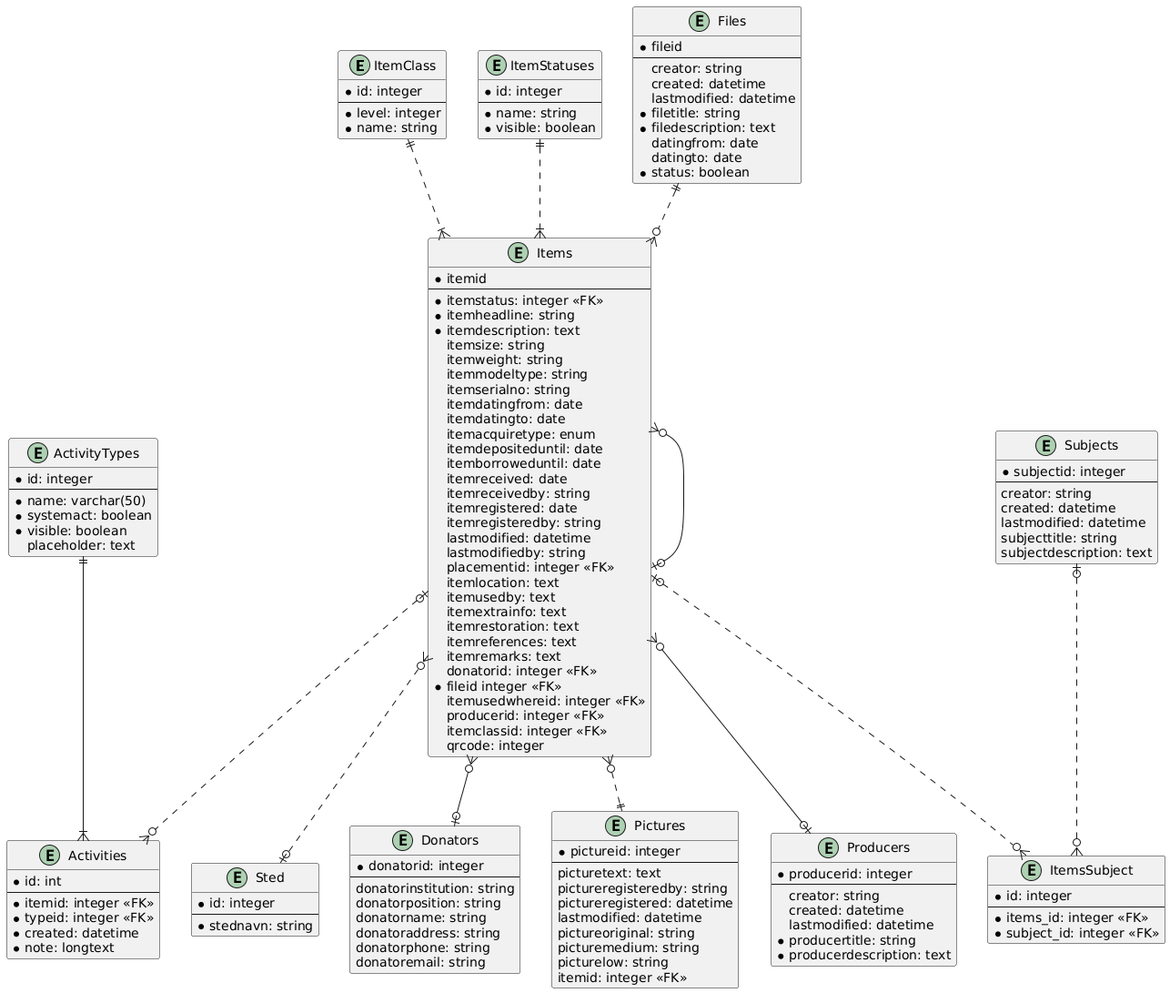
Datamuseum-DK/CollectionMan keeps this PlantUML diagram as docs/genstand-er.png. Above is the earlier version. Source of this version:
```plantuml
@startuml
entity ItemClass {
* id: integer
--
* level: integer
* name: string
}

entity ItemStatuses {
* id: integer
--
* name: string
* visible: boolean
}

entity Items {
* itemid
--
* itemstatus: integer <<FK>>
* itemheadline: string
* itemdescription: text
itemsize: string
itemweight: string
itemmodeltype: string
itemserialno: string
itemdatingfrom: date
itemdatingto: date
itemacquiretype: enum
itemdepositeduntil: date
itemborroweduntil: date
itemreceived: date
itemreceivedby: string
itemregistered: date
itemregisteredby: string
lastmodified: datetime
lastmodifiedby: string
placementid: integer <<FK>>
itemlocation: text
itemusedby: text
itemextrainfo: text
itemrestoration: text
itemreferences: text
itemremarks: text
donatorid: integer <<FK>>
* fileid integer <<FK>>
itemusedwhereid: integer <<FK>>
producerid: integer <<FK>>
itemclassid: integer <<FK>>
qrcode: integer
}

entity Files {
* fileid
--
creator: string
created: datetime
lastmodified: datetime
* filetitle: string
* filedescription: text
datingfrom: date
datingto: date
* status: boolean
}

entity Activities {
* id: int
--
* itemid: integer <<FK>>
* typeid: integer <<FK>>
* created: datetime
* note: longtext
}

entity ActivityTypes {
* id: integer
--
* name: varchar(50)
* systemact: boolean
* visible: boolean
placeholder: text
}

entity Sted {
* id: integer
--
* stednavn: string
}

entity Donators {
* donatorid: integer
--
donatorinstitution: string
donatorposition: string
donatorname: string
donatoraddress: string
donatorphone: string
donatoremail: string
}

entity ItemsSubject {
* id: integer
--
* items_id: integer <<FK>>
* subject_id: integer <<FK>>
}

entity Subjects {
* subjectid: integer
--
creator: string
created: datetime
lastmodified: datetime
subjecttitle: string
subjectdescription: text
}

entity Pictures {
* pictureid: integer
--
picturetext: text
pictureregisteredby: string
pictureregistered: datetime
lastmodified: datetime
pictureoriginal: string
picturemedium: string
picturelow: string
itemid: integer <<FK>>
}

entity Producers {
* producerid: integer
--
creator: string
created: datetime
lastmodified: datetime
* producertitle: string
* producerdescription: text
}

ItemClass ||..|{ Items
Files ||..o{ Items
ItemStatuses ||..|{ Items
Items }o..o| Sted
Items }o..|| Pictures
Items |o..o{ ItemsSubject
Subjects |o..o{ ItemsSubject
Items }o--o| Producers
Items }o--o| Items
Items }o--o| Donators
Items |o..o{ Activities
ActivityTypes ||--|{ Activities
@enduml
```
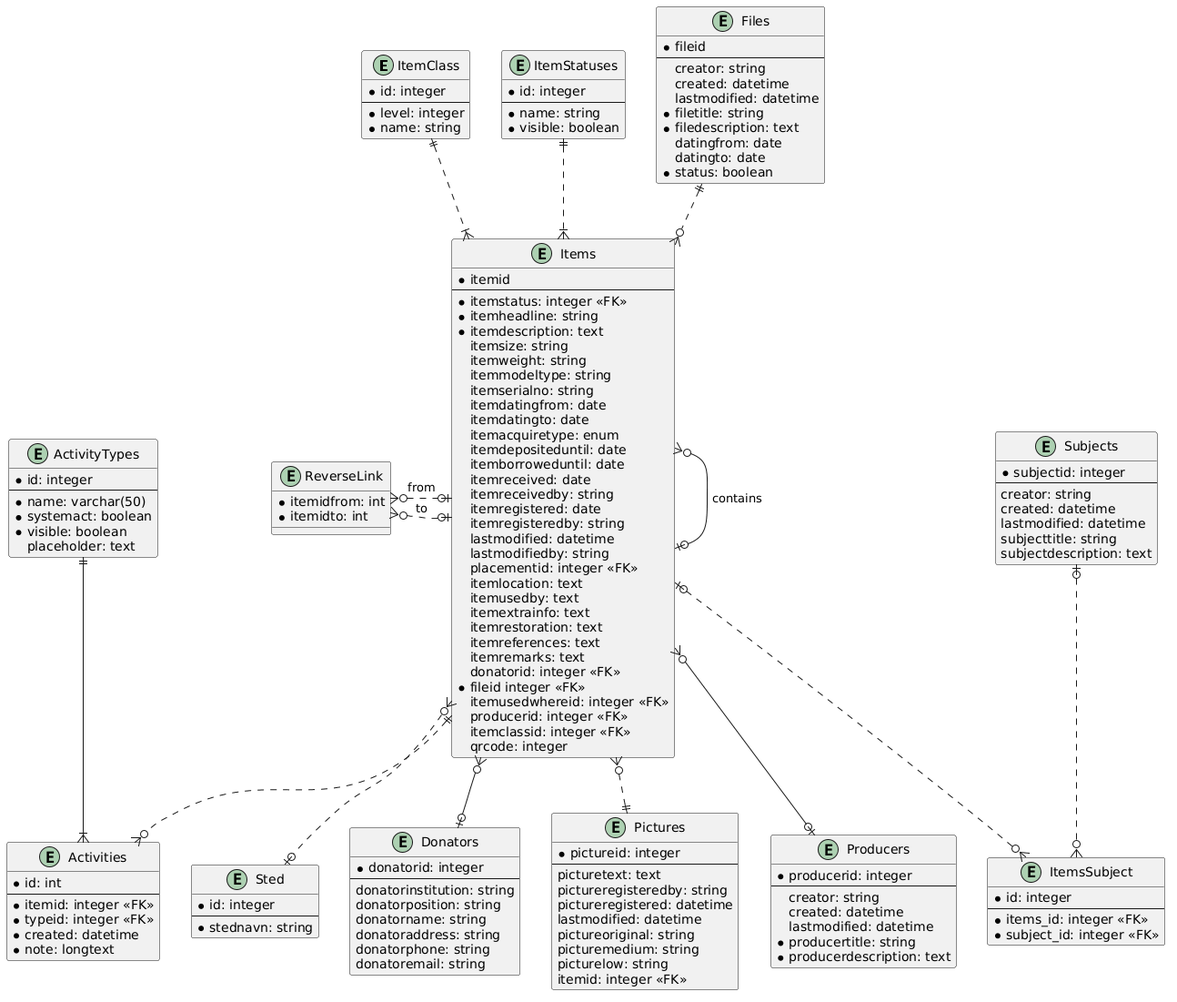
The same diagram one commit later.

Change to the diagram source:
```diff
@@ -137,6 +137,11 @@
 * producerdescription: text
 }
 
+entity ReverseLink {
+* itemidfrom: int
+* itemidto: int
+}
+
 ItemClass ||..|{ Items
 Files ||..o{ Items
 ItemStatuses ||..|{ Items
@@ -145,8 +150,10 @@
 Items |o..o{ ItemsSubject
 Subjects |o..o{ ItemsSubject
 Items }o--o| Producers
-Items }o--o| Items
+Items }o--o| Items : contains
 Items }o--o| Donators
-Items |o..o{ Activities
+Items ||..o{ Activities
+Items |o.left.o{ ReverseLink : from
+Items |o..o{ ReverseLink : to
 ActivityTypes ||--|{ Activities
 @enduml
```
